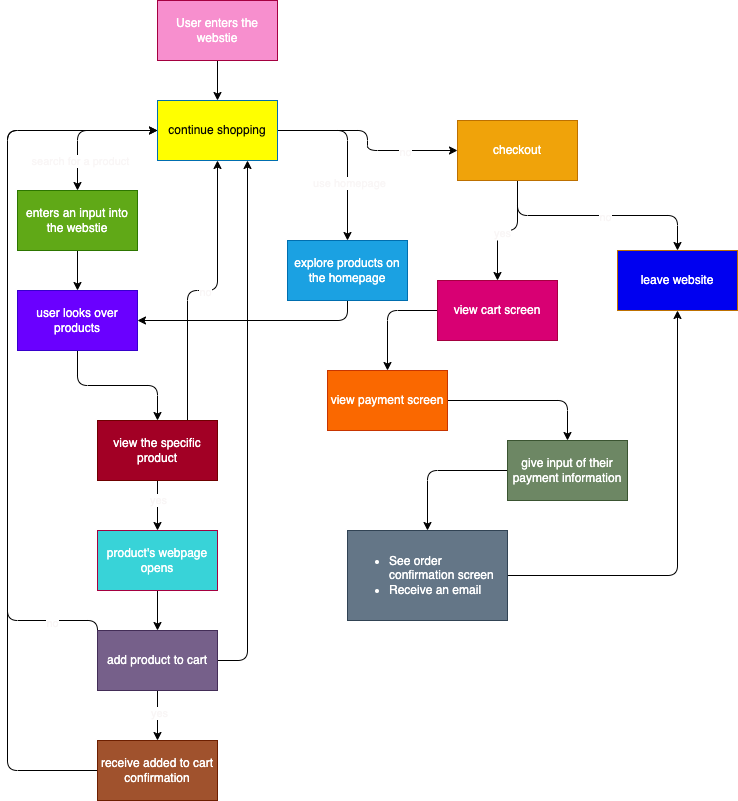
The draw.io diagram expose/diagramming/diagram.drawio.png in katieki/sp24-cse110-lab4, before a commit. Source tidied: cells renumbered, new cells last; positions are measured from the earlier drawing's top-left corner, leaving out a move shared by most shapes. The source it was exported from:
```xml
<mxGraphModel>
  <root>
    <mxCell id="0" />
    <mxCell id="1" parent="0" />
    <mxCell id="2" style="edgeStyle=orthogonalEdgeStyle;html=1;exitX=0.5;exitY=1;exitDx=0;exitDy=0;entryX=0.5;entryY=0;entryDx=0;entryDy=0;fontColor=#050505;" parent="1" edge="1" source="3" target="44">
      <mxGeometry relative="1" as="geometry" />
    </mxCell>
    <mxCell id="3" value="User enters the webstie&lt;span style=&quot;background-color: rgb(255, 145, 200);&quot;&gt;&lt;br&gt;&lt;/span&gt;" style="whiteSpace=wrap;html=1;fillColor=#F78FCE;strokeColor=#A50040;fontColor=#ffffff;" parent="1" vertex="1">
      <mxGeometry x="150" width="120" height="60" as="geometry" />
    </mxCell>
    <mxCell id="4" style="edgeStyle=orthogonalEdgeStyle;html=1;exitX=0.5;exitY=1;exitDx=0;exitDy=0;" parent="1" edge="1" source="5" target="8">
      <mxGeometry relative="1" as="geometry" />
    </mxCell>
    <mxCell id="5" value="enters an input into the webstie" style="whiteSpace=wrap;html=1;labelBackgroundColor=none;fillColor=#60a917;fontColor=#ffffff;strokeColor=#2D7600;" parent="1" vertex="1">
      <mxGeometry x="10" y="190" width="120" height="60" as="geometry" />
    </mxCell>
    <mxCell id="6" style="edgeStyle=orthogonalEdgeStyle;html=1;exitX=0.5;exitY=1;exitDx=0;exitDy=0;entryX=1;entryY=0.5;entryDx=0;entryDy=0;" parent="1" edge="1" source="45" target="8">
      <mxGeometry relative="1" as="geometry" />
    </mxCell>
    <mxCell id="7" style="edgeStyle=orthogonalEdgeStyle;html=1;exitX=0.5;exitY=1;exitDx=0;exitDy=0;entryX=0.5;entryY=0;entryDx=0;entryDy=0;" parent="1" edge="1" source="8" target="13">
      <mxGeometry relative="1" as="geometry" />
    </mxCell>
    <mxCell id="8" value="user looks over products" style="whiteSpace=wrap;html=1;labelBackgroundColor=none;fillColor=#6a00ff;fontColor=#ffffff;strokeColor=#3700CC;" parent="1" vertex="1">
      <mxGeometry x="10" y="290" width="120" height="60" as="geometry" />
    </mxCell>
    <mxCell id="9" style="edgeStyle=orthogonalEdgeStyle;html=1;exitX=0.5;exitY=1;exitDx=0;exitDy=0;entryX=0.5;entryY=0;entryDx=0;entryDy=0;" parent="1" edge="1" source="13" target="28">
      <mxGeometry relative="1" as="geometry" />
    </mxCell>
    <mxCell id="10" value="yes" style="edgeLabel;html=1;align=center;verticalAlign=middle;fontColor=#f9f6f6;" parent="9" vertex="1">
      <mxGeometry x="-0.25" relative="1" as="geometry" />
    </mxCell>
    <mxCell id="11" style="edgeStyle=orthogonalEdgeStyle;html=1;exitX=0.75;exitY=0;exitDx=0;exitDy=0;fontColor=#f9f6f6;" parent="1" edge="1" source="13" target="44">
      <mxGeometry relative="1" as="geometry" />
    </mxCell>
    <mxCell id="12" value="no" style="edgeLabel;html=1;align=center;verticalAlign=middle;fontColor=#f9f6f6;" parent="11" vertex="1">
      <mxGeometry x="0.01" y="-1" relative="1" as="geometry" />
    </mxCell>
    <mxCell id="13" value="view the specific product" style="whiteSpace=wrap;html=1;labelBackgroundColor=none;fillColor=#a20025;fontColor=#ffffff;strokeColor=#6F0000;" parent="1" vertex="1">
      <mxGeometry x="90" y="420" width="120" height="60" as="geometry" />
    </mxCell>
    <mxCell id="14" style="edgeStyle=orthogonalEdgeStyle;html=1;exitX=0.5;exitY=1;exitDx=0;exitDy=0;entryX=0.5;entryY=0;entryDx=0;entryDy=0;" parent="1" edge="1" source="19" target="26">
      <mxGeometry relative="1" as="geometry" />
    </mxCell>
    <mxCell id="15" value="yes" style="edgeLabel;html=1;align=center;verticalAlign=middle;fontColor=#f9f6f6;" parent="14" vertex="1">
      <mxGeometry x="-0.11" y="1" relative="1" as="geometry" />
    </mxCell>
    <mxCell id="16" style="edgeStyle=orthogonalEdgeStyle;html=1;exitX=0;exitY=0.5;exitDx=0;exitDy=0;entryX=0;entryY=0.5;entryDx=0;entryDy=0;" parent="1" edge="1" source="19" target="44">
      <mxGeometry relative="1" as="geometry">
        <Array as="points">
          <mxPoint y="620" />
          <mxPoint y="130" />
        </Array>
      </mxGeometry>
    </mxCell>
    <mxCell id="17" value="no" style="edgeLabel;html=1;align=center;verticalAlign=middle;fontColor=#f9f6f6;" parent="16" vertex="1">
      <mxGeometry x="-0.78" y="2" relative="1" as="geometry" />
    </mxCell>
    <mxCell id="18" style="edgeStyle=orthogonalEdgeStyle;html=1;exitX=1;exitY=0.5;exitDx=0;exitDy=0;entryX=0.75;entryY=1;entryDx=0;entryDy=0;" parent="1" edge="1" source="19" target="44">
      <mxGeometry relative="1" as="geometry" />
    </mxCell>
    <mxCell id="19" value="add product to cart" style="whiteSpace=wrap;html=1;labelBackgroundColor=none;fillColor=#76608a;fontColor=#ffffff;strokeColor=#432D57;" parent="1" vertex="1">
      <mxGeometry x="90" y="630" width="120" height="60" as="geometry" />
    </mxCell>
    <mxCell id="20" style="edgeStyle=orthogonalEdgeStyle;html=1;exitX=0.5;exitY=1;exitDx=0;exitDy=0;entryX=0.5;entryY=0;entryDx=0;entryDy=0;fontColor=#f9f6f6;" parent="1" edge="1" source="24" target="29">
      <mxGeometry relative="1" as="geometry" />
    </mxCell>
    <mxCell id="21" value="no" style="edgeLabel;html=1;align=center;verticalAlign=middle;fontColor=#f9f6f6;" parent="20" vertex="1">
      <mxGeometry x="0.06" y="-1" relative="1" as="geometry" />
    </mxCell>
    <mxCell id="22" style="edgeStyle=orthogonalEdgeStyle;html=1;exitX=0.5;exitY=1;exitDx=0;exitDy=0;fontColor=#f9f6f6;" parent="1" edge="1" source="24" target="31">
      <mxGeometry relative="1" as="geometry" />
    </mxCell>
    <mxCell id="23" value="yes" style="edgeLabel;html=1;align=center;verticalAlign=middle;fontColor=#f9f6f6;" parent="22" vertex="1">
      <mxGeometry x="0.1" y="2" relative="1" as="geometry" />
    </mxCell>
    <mxCell id="24" value="checkout" style="whiteSpace=wrap;html=1;labelBackgroundColor=none;fillColor=#f0a30a;fontColor=#FFFFFF;strokeColor=#BD7000;" parent="1" vertex="1">
      <mxGeometry x="450" y="120" width="120" height="60" as="geometry" />
    </mxCell>
    <mxCell id="25" style="edgeStyle=orthogonalEdgeStyle;html=1;exitX=0;exitY=0.5;exitDx=0;exitDy=0;entryX=0;entryY=0.5;entryDx=0;entryDy=0;" parent="1" edge="1" source="26" target="44">
      <mxGeometry relative="1" as="geometry">
        <Array as="points">
          <mxPoint y="770" />
          <mxPoint y="130" />
        </Array>
      </mxGeometry>
    </mxCell>
    <mxCell id="26" value="receive added to cart confirmation" style="whiteSpace=wrap;html=1;labelBackgroundColor=none;fillColor=#a0522d;fontColor=#ffffff;strokeColor=#6D1F00;" parent="1" vertex="1">
      <mxGeometry x="90" y="740" width="120" height="60" as="geometry" />
    </mxCell>
    <mxCell id="27" style="edgeStyle=orthogonalEdgeStyle;html=1;exitX=0.5;exitY=1;exitDx=0;exitDy=0;entryX=0.5;entryY=0;entryDx=0;entryDy=0;" parent="1" edge="1" source="28" target="19">
      <mxGeometry relative="1" as="geometry" />
    </mxCell>
    <mxCell id="28" value="product's webpage opens" style="whiteSpace=wrap;html=1;labelBackgroundColor=none;fillColor=#38D3D8;strokeColor=#A50040;fontColor=#ffffff;" parent="1" vertex="1">
      <mxGeometry x="90" y="530" width="120" height="60" as="geometry" />
    </mxCell>
    <mxCell id="29" value="leave website" style="whiteSpace=wrap;html=1;labelBackgroundColor=none;fillColor=#0000F0;fontColor=#ffffff;strokeColor=#BD7000;" parent="1" vertex="1">
      <mxGeometry x="610" y="250" width="120" height="60" as="geometry" />
    </mxCell>
    <mxCell id="30" style="edgeStyle=orthogonalEdgeStyle;html=1;exitX=0;exitY=0.5;exitDx=0;exitDy=0;entryX=0.5;entryY=0;entryDx=0;entryDy=0;fontColor=#ffffff;" parent="1" edge="1" source="31" target="33">
      <mxGeometry relative="1" as="geometry" />
    </mxCell>
    <mxCell id="31" value="view cart screen" style="whiteSpace=wrap;html=1;labelBackgroundColor=none;fillColor=#d80073;fontColor=#ffffff;strokeColor=#A50040;" parent="1" vertex="1">
      <mxGeometry x="430" y="280" width="120" height="60" as="geometry" />
    </mxCell>
    <mxCell id="32" style="edgeStyle=orthogonalEdgeStyle;html=1;exitX=1;exitY=0.5;exitDx=0;exitDy=0;entryX=0.5;entryY=0;entryDx=0;entryDy=0;fontColor=#ffffff;" parent="1" edge="1" source="33" target="35">
      <mxGeometry relative="1" as="geometry" />
    </mxCell>
    <mxCell id="33" value="view payment screen" style="whiteSpace=wrap;html=1;labelBackgroundColor=none;fillColor=#fa6800;fontColor=#FFFFFF;strokeColor=#C73500;" parent="1" vertex="1">
      <mxGeometry x="320" y="370" width="120" height="60" as="geometry" />
    </mxCell>
    <mxCell id="34" style="edgeStyle=orthogonalEdgeStyle;html=1;exitX=0;exitY=0.5;exitDx=0;exitDy=0;entryX=0.5;entryY=0;entryDx=0;entryDy=0;fontColor=#ffffff;" parent="1" edge="1" source="35" target="37">
      <mxGeometry relative="1" as="geometry" />
    </mxCell>
    <mxCell id="35" value="give input of their payment information" style="whiteSpace=wrap;html=1;labelBackgroundColor=none;fillColor=#6d8764;fontColor=#ffffff;strokeColor=#3A5431;" parent="1" vertex="1">
      <mxGeometry x="500" y="440" width="120" height="60" as="geometry" />
    </mxCell>
    <mxCell id="36" style="edgeStyle=orthogonalEdgeStyle;html=1;exitX=1;exitY=0.5;exitDx=0;exitDy=0;entryX=0.5;entryY=1;entryDx=0;entryDy=0;fontColor=#f9f6f6;" parent="1" edge="1" source="37" target="29">
      <mxGeometry relative="1" as="geometry" />
    </mxCell>
    <mxCell id="37" value="&lt;ul&gt;&lt;li&gt;See order confirmation screen&lt;/li&gt;&lt;li&gt;Receive an email&lt;/li&gt;&lt;/ul&gt;" style="text;strokeColor=#314354;fillColor=#647687;html=1;whiteSpace=wrap;verticalAlign=middle;overflow=hidden;labelBackgroundColor=none;fontColor=#ffffff;" parent="1" vertex="1">
      <mxGeometry x="340" y="530" width="160" height="90" as="geometry" />
    </mxCell>
    <mxCell id="38" style="edgeStyle=orthogonalEdgeStyle;html=1;exitX=0;exitY=0.5;exitDx=0;exitDy=0;fontColor=#050505;" parent="1" edge="1" source="44" target="5">
      <mxGeometry relative="1" as="geometry" />
    </mxCell>
    <mxCell id="39" value="&lt;font color=&quot;#f9f6f6&quot;&gt;search for a product&lt;/font&gt;" style="edgeLabel;html=1;align=center;verticalAlign=middle;fontColor=#050505;" parent="38" vertex="1">
      <mxGeometry x="0.57" y="2" relative="1" as="geometry" />
    </mxCell>
    <mxCell id="40" style="edgeStyle=orthogonalEdgeStyle;html=1;exitX=1;exitY=0.5;exitDx=0;exitDy=0;fontColor=#050505;" parent="1" edge="1" source="44" target="45">
      <mxGeometry relative="1" as="geometry" />
    </mxCell>
    <mxCell id="41" value="use homepage" style="edgeLabel;html=1;align=center;verticalAlign=middle;fontColor=#f9f6f6;" parent="40" vertex="1">
      <mxGeometry x="0.36" y="1" relative="1" as="geometry" />
    </mxCell>
    <mxCell id="42" style="edgeStyle=orthogonalEdgeStyle;html=1;exitX=1;exitY=0.5;exitDx=0;exitDy=0;entryX=0;entryY=0.5;entryDx=0;entryDy=0;fontColor=#f9f6f6;" parent="1" edge="1" source="44" target="24">
      <mxGeometry relative="1" as="geometry" />
    </mxCell>
    <mxCell id="43" value="no" style="edgeLabel;html=1;align=center;verticalAlign=middle;fontColor=#f9f6f6;" parent="42" vertex="1">
      <mxGeometry x="0.47" y="-1" relative="1" as="geometry" />
    </mxCell>
    <mxCell id="44" value="continue shopping" style="whiteSpace=wrap;html=1;labelBackgroundColor=none;fillColor=#FFFF00;fontColor=#050505;strokeColor=#006EAF;" parent="1" vertex="1">
      <mxGeometry x="150" y="100" width="120" height="60" as="geometry" />
    </mxCell>
    <mxCell id="45" value="explore products on the homepage" style="whiteSpace=wrap;html=1;labelBackgroundColor=none;fillColor=#1ba1e2;fontColor=#ffffff;strokeColor=#006EAF;" parent="1" vertex="1">
      <mxGeometry x="280" y="240" width="120" height="60" as="geometry" />
    </mxCell>
  </root>
</mxGraphModel>
```
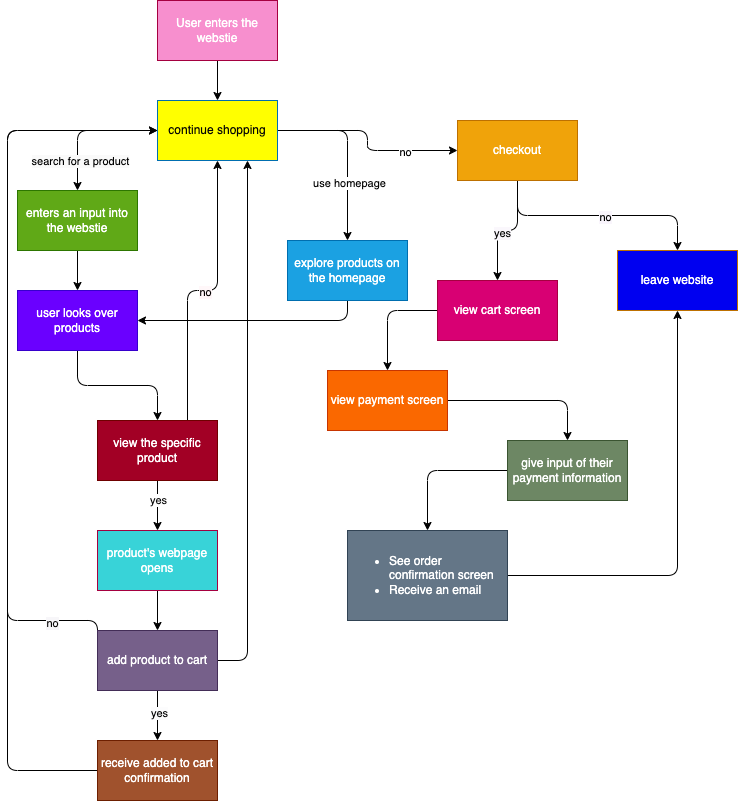
Later version of the same file.

Change to the diagram source:
```diff
@@ -26,13 +26,13 @@
     <mxCell id="9" style="edgeStyle=orthogonalEdgeStyle;html=1;exitX=0.5;exitY=1;exitDx=0;exitDy=0;entryX=0.5;entryY=0;entryDx=0;entryDy=0;" parent="1" edge="1" source="13" target="28">
       <mxGeometry relative="1" as="geometry" />
     </mxCell>
-    <mxCell id="10" value="yes" style="edgeLabel;html=1;align=center;verticalAlign=middle;fontColor=#f9f6f6;" parent="9" vertex="1">
+    <mxCell id="10" value="yes" style="edgeLabel;html=1;align=center;verticalAlign=middle;fontColor=#0A0A0A;labelBackgroundColor=#FFFFFF;" parent="9" vertex="1">
       <mxGeometry x="-0.25" relative="1" as="geometry" />
     </mxCell>
     <mxCell id="11" style="edgeStyle=orthogonalEdgeStyle;html=1;exitX=0.75;exitY=0;exitDx=0;exitDy=0;fontColor=#f9f6f6;" parent="1" edge="1" source="13" target="44">
       <mxGeometry relative="1" as="geometry" />
     </mxCell>
-    <mxCell id="12" value="no" style="edgeLabel;html=1;align=center;verticalAlign=middle;fontColor=#f9f6f6;" parent="11" vertex="1">
+    <mxCell id="12" value="no" style="edgeLabel;html=1;align=center;verticalAlign=middle;fontColor=#040101;labelBackgroundColor=#FFF7F9;" parent="11" vertex="1">
       <mxGeometry x="0.01" y="-1" relative="1" as="geometry" />
     </mxCell>
     <mxCell id="13" value="view the specific product" style="whiteSpace=wrap;html=1;labelBackgroundColor=none;fillColor=#a20025;fontColor=#ffffff;strokeColor=#6F0000;" parent="1" vertex="1">
@@ -41,7 +41,7 @@
     <mxCell id="14" style="edgeStyle=orthogonalEdgeStyle;html=1;exitX=0.5;exitY=1;exitDx=0;exitDy=0;entryX=0.5;entryY=0;entryDx=0;entryDy=0;" parent="1" edge="1" source="19" target="26">
       <mxGeometry relative="1" as="geometry" />
     </mxCell>
-    <mxCell id="15" value="yes" style="edgeLabel;html=1;align=center;verticalAlign=middle;fontColor=#f9f6f6;" parent="14" vertex="1">
+    <mxCell id="15" value="yes" style="edgeLabel;html=1;align=center;verticalAlign=middle;fontColor=#030303;labelBackgroundColor=#fcfcfd;" parent="14" vertex="1">
       <mxGeometry x="-0.11" y="1" relative="1" as="geometry" />
     </mxCell>
     <mxCell id="16" style="edgeStyle=orthogonalEdgeStyle;html=1;exitX=0;exitY=0.5;exitDx=0;exitDy=0;entryX=0;entryY=0.5;entryDx=0;entryDy=0;" parent="1" edge="1" source="19" target="44">
@@ -52,7 +52,7 @@
         </Array>
       </mxGeometry>
     </mxCell>
-    <mxCell id="17" value="no" style="edgeLabel;html=1;align=center;verticalAlign=middle;fontColor=#f9f6f6;" parent="16" vertex="1">
+    <mxCell id="17" value="no" style="edgeLabel;html=1;align=center;verticalAlign=middle;fontColor=#080707;labelBackgroundColor=#f7f6f9;" parent="16" vertex="1">
       <mxGeometry x="-0.78" y="2" relative="1" as="geometry" />
     </mxCell>
     <mxCell id="18" style="edgeStyle=orthogonalEdgeStyle;html=1;exitX=1;exitY=0.5;exitDx=0;exitDy=0;entryX=0.75;entryY=1;entryDx=0;entryDy=0;" parent="1" edge="1" source="19" target="44">
@@ -64,13 +64,13 @@
     <mxCell id="20" style="edgeStyle=orthogonalEdgeStyle;html=1;exitX=0.5;exitY=1;exitDx=0;exitDy=0;entryX=0.5;entryY=0;entryDx=0;entryDy=0;fontColor=#f9f6f6;" parent="1" edge="1" source="24" target="29">
       <mxGeometry relative="1" as="geometry" />
     </mxCell>
-    <mxCell id="21" value="no" style="edgeLabel;html=1;align=center;verticalAlign=middle;fontColor=#f9f6f6;" parent="20" vertex="1">
+    <mxCell id="21" value="no" style="edgeLabel;html=1;align=center;verticalAlign=middle;fontColor=#000000;labelBackgroundColor=#F9F5FC;" parent="20" vertex="1">
       <mxGeometry x="0.06" y="-1" relative="1" as="geometry" />
     </mxCell>
     <mxCell id="22" style="edgeStyle=orthogonalEdgeStyle;html=1;exitX=0.5;exitY=1;exitDx=0;exitDy=0;fontColor=#f9f6f6;" parent="1" edge="1" source="24" target="31">
       <mxGeometry relative="1" as="geometry" />
     </mxCell>
-    <mxCell id="23" value="yes" style="edgeLabel;html=1;align=center;verticalAlign=middle;fontColor=#f9f6f6;" parent="22" vertex="1">
+    <mxCell id="23" value="yes" style="edgeLabel;html=1;align=center;verticalAlign=middle;fontColor=#050505;labelBackgroundColor=#faf7fc;" parent="22" vertex="1">
       <mxGeometry x="0.1" y="2" relative="1" as="geometry" />
     </mxCell>
     <mxCell id="24" value="checkout" style="whiteSpace=wrap;html=1;labelBackgroundColor=none;fillColor=#f0a30a;fontColor=#FFFFFF;strokeColor=#BD7000;" parent="1" vertex="1">
@@ -123,19 +123,19 @@
     <mxCell id="38" style="edgeStyle=orthogonalEdgeStyle;html=1;exitX=0;exitY=0.5;exitDx=0;exitDy=0;fontColor=#050505;" parent="1" edge="1" source="44" target="5">
       <mxGeometry relative="1" as="geometry" />
     </mxCell>
-    <mxCell id="39" value="&lt;font color=&quot;#f9f6f6&quot;&gt;search for a product&lt;/font&gt;" style="edgeLabel;html=1;align=center;verticalAlign=middle;fontColor=#050505;" parent="38" vertex="1">
+    <mxCell id="39" value="&lt;font style=&quot;&quot;&gt;search for a product&lt;/font&gt;" style="edgeLabel;html=1;align=center;verticalAlign=middle;fontColor=#000000;labelBackgroundColor=#FAFAFA;" parent="38" vertex="1">
       <mxGeometry x="0.57" y="2" relative="1" as="geometry" />
     </mxCell>
     <mxCell id="40" style="edgeStyle=orthogonalEdgeStyle;html=1;exitX=1;exitY=0.5;exitDx=0;exitDy=0;fontColor=#050505;" parent="1" edge="1" source="44" target="45">
       <mxGeometry relative="1" as="geometry" />
     </mxCell>
-    <mxCell id="41" value="use homepage" style="edgeLabel;html=1;align=center;verticalAlign=middle;fontColor=#f9f6f6;" parent="40" vertex="1">
+    <mxCell id="41" value="use homepage" style="edgeLabel;html=1;align=center;verticalAlign=middle;fontColor=#030303;labelBackgroundColor=#ffffff;" parent="40" vertex="1">
       <mxGeometry x="0.36" y="1" relative="1" as="geometry" />
     </mxCell>
     <mxCell id="42" style="edgeStyle=orthogonalEdgeStyle;html=1;exitX=1;exitY=0.5;exitDx=0;exitDy=0;entryX=0;entryY=0.5;entryDx=0;entryDy=0;fontColor=#f9f6f6;" parent="1" edge="1" source="44" target="24">
       <mxGeometry relative="1" as="geometry" />
     </mxCell>
-    <mxCell id="43" value="no" style="edgeLabel;html=1;align=center;verticalAlign=middle;fontColor=#f9f6f6;" parent="42" vertex="1">
+    <mxCell id="43" value="no" style="edgeLabel;html=1;align=center;verticalAlign=middle;fontColor=#000000;labelBackgroundColor=#ffffff;" parent="42" vertex="1">
       <mxGeometry x="0.47" y="-1" relative="1" as="geometry" />
     </mxCell>
     <mxCell id="44" value="continue shopping" style="whiteSpace=wrap;html=1;labelBackgroundColor=none;fillColor=#FFFF00;fontColor=#050505;strokeColor=#006EAF;" parent="1" vertex="1">
```
